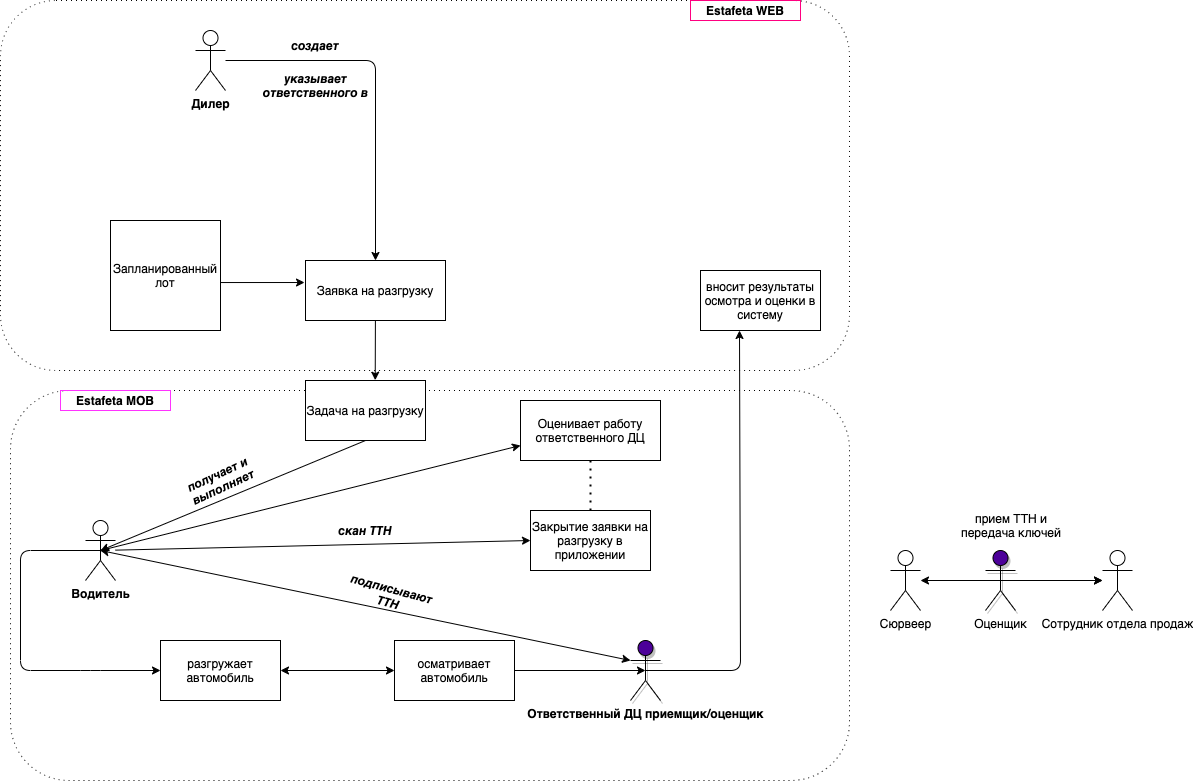
Above: verification bp.png in annastazi02/diagrams (draw.io), before the change. Source tidied: cells renumbered, new cells last; positions are measured from the earlier drawing's top-left corner, leaving out a move shared by most shapes.
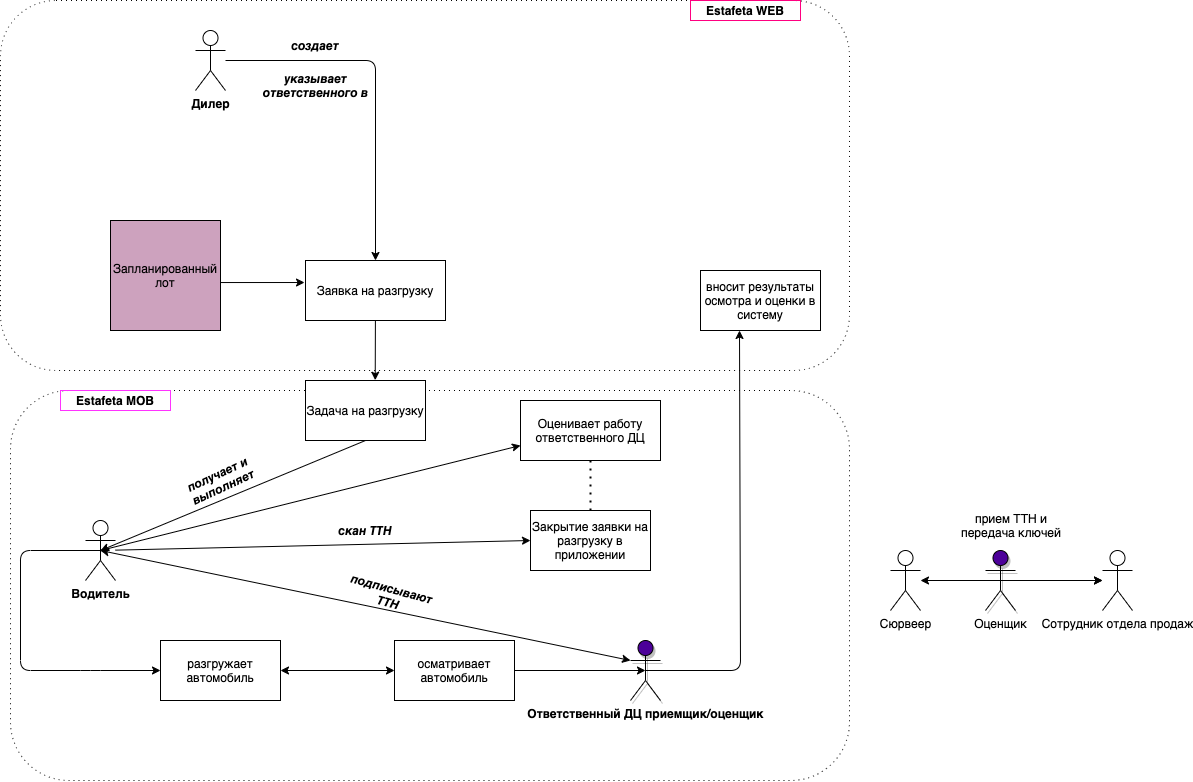
The same file after the commit.

What changed in the source:
```diff
@@ -11,7 +11,7 @@
     <mxCell id="4" value="&lt;b&gt;Estafeta MOB&lt;/b&gt;" style="text;html=1;strokeColor=#FF33FF;fillColor=none;align=center;verticalAlign=middle;whiteSpace=wrap;rounded=0;" parent="1" vertex="1">
       <mxGeometry x="60" y="390" width="110" height="20" as="geometry" />
     </mxCell>
-    <mxCell id="5" value="Запланированный лот" style="whiteSpace=wrap;html=1;" parent="1" vertex="1">
+    <mxCell id="5" value="Запланированный лот" style="whiteSpace=wrap;html=1;fillColor=#CDA2BE;" parent="1" vertex="1">
       <mxGeometry x="110" y="220" width="110" height="110" as="geometry" />
     </mxCell>
     <mxCell id="6" value="Заявка на разгрузку" style="rounded=0;whiteSpace=wrap;html=1;" parent="1" vertex="1">
```
